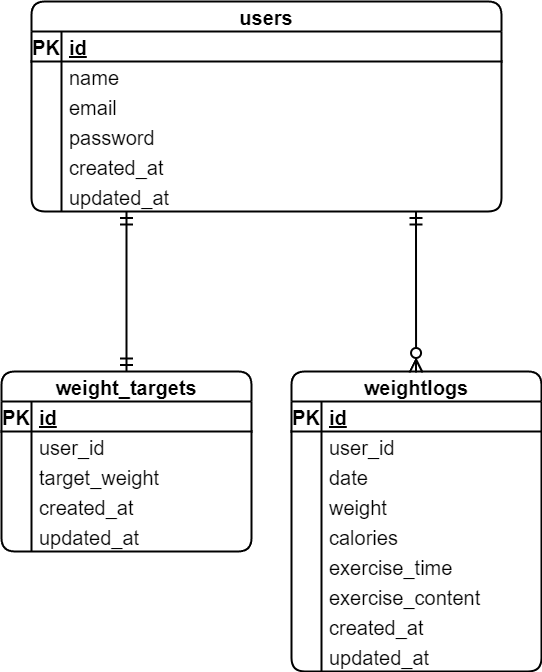
The draw.io diagram erd.png in matashi163/Pigly, before a commit. Source tidied: cells renumbered, new cells last; positions are measured from the earlier drawing's top-left corner, leaving out a move shared by most shapes.
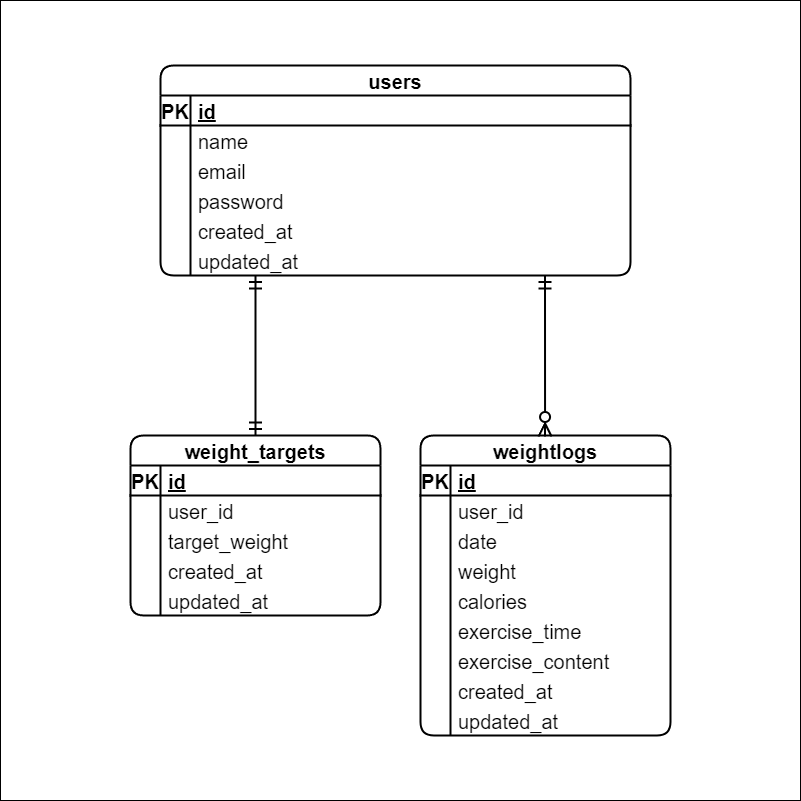
The same diagram one commit later.

The edit, as a diff of the source:
```diff
@@ -1,7 +1,10 @@
-<mxGraphModel>
+<mxGraphModel background="#18141d">
   <root>
     <mxCell id="0" />
     <mxCell id="1" parent="0" />
+    <mxCell id="67" style="whiteSpace=wrap;html=1;rounded=0;sketch=0;hachureGap=4;jiggle=2;curveFitting=1;fontFamily=Architects Daughter;fontSource=https%3A%2F%2Ffonts.googleapis.com%2Fcss%3Ffamily%3DArchitects%2BDaughter;fontSize=20;fillColor=default;" parent="1" vertex="1">
+      <mxGeometry x="-130" y="-65" width="800" height="800" as="geometry" />
+    </mxCell>
     <mxCell id="2" style="rounded=1;sketch=0;hachureGap=4;jiggle=2;curveFitting=1;html=1;exitX=0.5;exitY=0;exitDx=0;exitDy=0;fontFamily=Helvetica;fontSize=16;strokeWidth=2;startArrow=ERmandOne;startFill=0;endArrow=ERmandOne;endFill=0;endSize=10;startSize=10;" parent="1" edge="1" source="3">
       <mxGeometry relative="1" as="geometry">
         <mxPoint x="125" y="210" as="targetPoint" />
```
